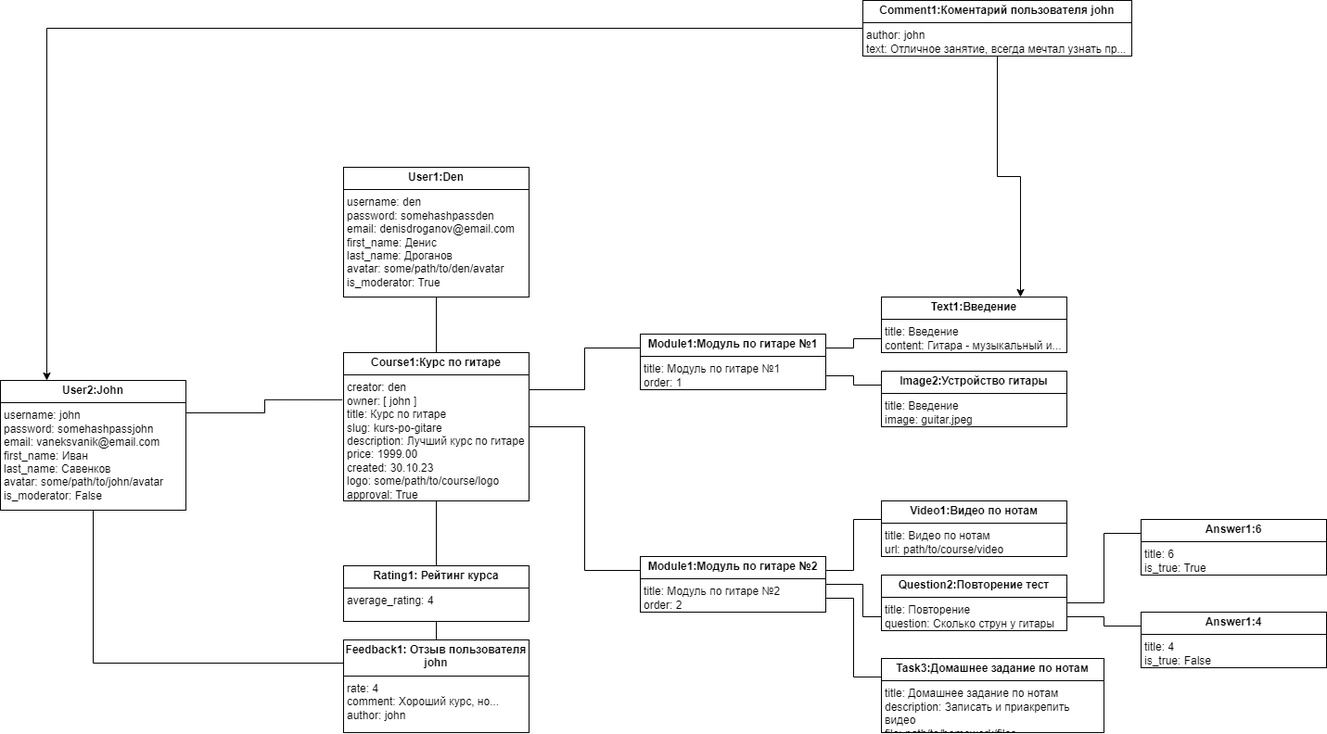
bosonhiiggs/Music-Trainee keeps this draw.io diagram as Диаграммы/ДиграммыТЗ-Objects.drawio.png. Above is the earlier version. Source tidied: cells renumbered, new cells last; positions are measured from the earlier drawing's top-left corner, leaving out a move shared by most shapes.
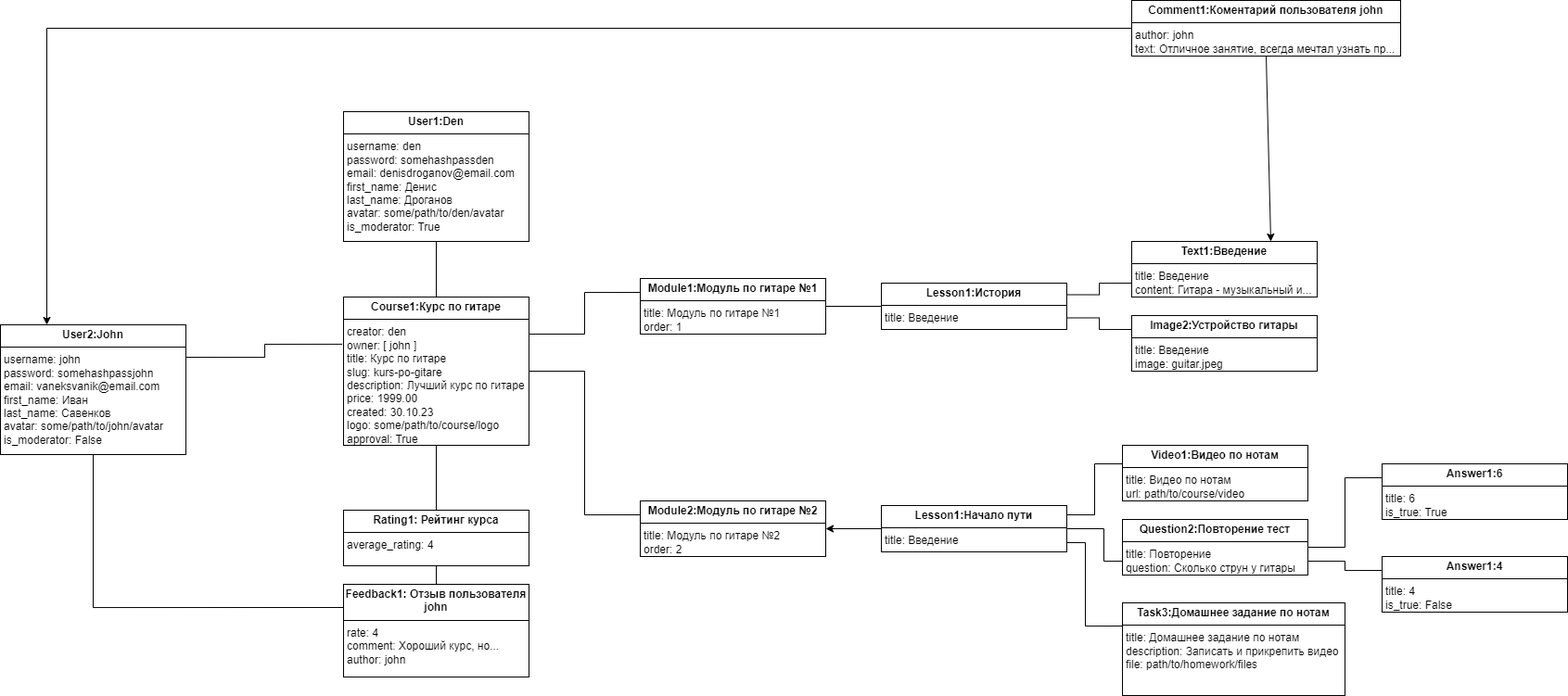
The same diagram one commit later.

Change to the diagram source:
```diff
@@ -26,43 +26,51 @@
     <mxCell id="9" style="edgeStyle=orthogonalEdgeStyle;rounded=0;jettySize=auto;html=1;exitX=0;exitY=0.25;exitDx=0;exitDy=0;entryX=1;entryY=0.5;entryDx=0;entryDy=0;endArrow=none;endFill=0;" parent="1" edge="1" source="10" target="6">
       <mxGeometry relative="1" as="geometry" />
     </mxCell>
-    <mxCell id="10" value="&lt;p style=&quot;margin:0px;margin-top:4px;text-align:center;&quot;&gt;&lt;b&gt;Module1:Модуль по гитаре №2&lt;/b&gt;&lt;/p&gt;&lt;hr size=&quot;1&quot; style=&quot;border-style:solid;&quot;&gt;&lt;p style=&quot;margin: 0px 0px 0px 4px;&quot;&gt;&lt;span style=&quot;background-color: initial;&quot;&gt;title: Модуль по гитаре №2&lt;/span&gt;&lt;br&gt;&lt;/p&gt;&lt;p style=&quot;margin: 0px 0px 0px 4px;&quot;&gt;order: 2&lt;/p&gt;&lt;p style=&quot;margin:0px;margin-left:4px;&quot;&gt;&lt;br&gt;&lt;/p&gt;" style="verticalAlign=top;align=left;overflow=fill;html=1;whiteSpace=wrap;" parent="1" vertex="1">
+    <mxCell id="10" value="&lt;p style=&quot;margin:0px;margin-top:4px;text-align:center;&quot;&gt;&lt;b&gt;Module2:Модуль по гитаре №2&lt;/b&gt;&lt;/p&gt;&lt;hr size=&quot;1&quot; style=&quot;border-style:solid;&quot;&gt;&lt;p style=&quot;margin: 0px 0px 0px 4px;&quot;&gt;&lt;span style=&quot;background-color: initial;&quot;&gt;title: Модуль по гитаре №2&lt;/span&gt;&lt;br&gt;&lt;/p&gt;&lt;p style=&quot;margin: 0px 0px 0px 4px;&quot;&gt;order: 2&lt;/p&gt;&lt;p style=&quot;margin:0px;margin-left:4px;&quot;&gt;&lt;br&gt;&lt;/p&gt;" style="verticalAlign=top;align=left;overflow=fill;html=1;whiteSpace=wrap;" parent="1" vertex="1">
       <mxGeometry x="690" y="600" width="200" height="60" as="geometry" />
     </mxCell>
-    <mxCell id="11" style="edgeStyle=orthogonalEdgeStyle;rounded=0;jettySize=auto;html=1;exitX=0;exitY=0.75;exitDx=0;exitDy=0;entryX=1;entryY=0.25;entryDx=0;entryDy=0;endArrow=none;endFill=0;" parent="1" edge="1" source="12" target="8">
+    <mxCell id="11" style="edgeStyle=orthogonalEdgeStyle;rounded=0;jettySize=auto;html=1;exitX=0;exitY=0.75;exitDx=0;exitDy=0;endArrow=none;endFill=0;entryX=1;entryY=0.25;entryDx=0;entryDy=0;" parent="1" edge="1" source="12" target="34">
       <mxGeometry relative="1" as="geometry" />
     </mxCell>
     <mxCell id="12" value="&lt;p style=&quot;margin:0px;margin-top:4px;text-align:center;&quot;&gt;&lt;b style=&quot;background-color: initial;&quot;&gt;Text1:Введение&lt;/b&gt;&lt;/p&gt;&lt;hr size=&quot;1&quot; style=&quot;border-style:solid;&quot;&gt;&lt;p style=&quot;margin: 0px 0px 0px 4px;&quot;&gt;&lt;span style=&quot;background-color: initial;&quot;&gt;title: Введение&lt;/span&gt;&lt;br&gt;&lt;/p&gt;&lt;p style=&quot;margin: 0px 0px 0px 4px;&quot;&gt;content: Гитара - музыкальный и...&lt;/p&gt;" style="verticalAlign=top;align=left;overflow=fill;html=1;whiteSpace=wrap;" parent="1" vertex="1">
-      <mxGeometry x="950" y="320" width="200" height="60" as="geometry" />
+      <mxGeometry x="1220" y="320" width="200" height="60" as="geometry" />
     </mxCell>
-    <mxCell id="13" style="edgeStyle=orthogonalEdgeStyle;rounded=0;jettySize=auto;html=1;exitX=0;exitY=0.25;exitDx=0;exitDy=0;entryX=1;entryY=0.75;entryDx=0;entryDy=0;endArrow=none;endFill=0;" parent="1" edge="1" source="21" target="8">
+    <mxCell id="13" style="edgeStyle=orthogonalEdgeStyle;rounded=0;jettySize=auto;html=1;exitX=0;exitY=0.25;exitDx=0;exitDy=0;endArrow=none;endFill=0;entryX=1;entryY=0.75;entryDx=0;entryDy=0;" parent="1" edge="1" source="21" target="34">
       <mxGeometry relative="1" as="geometry" />
     </mxCell>
-    <mxCell id="14" style="edgeStyle=orthogonalEdgeStyle;rounded=0;jettySize=auto;html=1;exitX=0;exitY=0.75;exitDx=0;exitDy=0;entryX=1;entryY=0.5;entryDx=0;entryDy=0;endArrow=none;endFill=0;" parent="1" edge="1" source="15" target="10">
+    <mxCell id="14" style="edgeStyle=orthogonalEdgeStyle;rounded=0;jettySize=auto;html=1;exitX=0;exitY=0.75;exitDx=0;exitDy=0;entryX=1;entryY=0.5;entryDx=0;entryDy=0;endArrow=none;endFill=0;" parent="1" edge="1" source="15">
       <mxGeometry relative="1" as="geometry">
+        <mxPoint x="1150" y="630" as="targetPoint" />
         <Array as="points">
-          <mxPoint x="930" y="665" />
-          <mxPoint x="930" y="630" />
+          <mxPoint x="1190" y="665" />
+          <mxPoint x="1190" y="630" />
         </Array>
       </mxGeometry>
     </mxCell>
     <mxCell id="15" value="&lt;p style=&quot;margin:0px;margin-top:4px;text-align:center;&quot;&gt;&lt;b style=&quot;background-color: initial;&quot;&gt;Question2:&lt;/b&gt;&lt;b&gt;Повторение тест&lt;/b&gt;&lt;br&gt;&lt;/p&gt;&lt;hr size=&quot;1&quot; style=&quot;border-style:solid;&quot;&gt;&lt;p style=&quot;margin: 0px 0px 0px 4px;&quot;&gt;&lt;span style=&quot;background-color: initial;&quot;&gt;title: Повторение&lt;/span&gt;&lt;/p&gt;&lt;p style=&quot;margin: 0px 0px 0px 4px;&quot;&gt;&lt;span style=&quot;background-color: initial;&quot;&gt;question: Сколько струн у гитары&lt;/span&gt;&lt;/p&gt;&lt;p style=&quot;margin:0px;margin-left:4px;&quot;&gt;&lt;br&gt;&lt;/p&gt;" style="verticalAlign=top;align=left;overflow=fill;html=1;whiteSpace=wrap;" parent="1" vertex="1">
-      <mxGeometry x="950" y="620" width="200" height="60" as="geometry" />
+      <mxGeometry x="1210" y="620" width="200" height="60" as="geometry" />
     </mxCell>
-    <mxCell id="16" style="edgeStyle=orthogonalEdgeStyle;rounded=0;jettySize=auto;html=1;exitX=0;exitY=0.25;exitDx=0;exitDy=0;entryX=1;entryY=0.25;entryDx=0;entryDy=0;endArrow=none;endFill=0;" parent="1" edge="1" source="22" target="10">
+    <mxCell id="16" style="edgeStyle=orthogonalEdgeStyle;rounded=0;jettySize=auto;html=1;exitX=0;exitY=0.25;exitDx=0;exitDy=0;entryX=1;entryY=0.25;entryDx=0;entryDy=0;endArrow=none;endFill=0;" parent="1" edge="1" source="22">
       <mxGeometry relative="1" as="geometry">
+        <mxPoint x="1150" y="615" as="targetPoint" />
         <Array as="points">
-          <mxPoint x="1000" y="560" />
-          <mxPoint x="920" y="560" />
-          <mxPoint x="920" y="615" />
+          <mxPoint x="1260" y="560" />
+          <mxPoint x="1180" y="560" />
+          <mxPoint x="1180" y="615" />
         </Array>
       </mxGeometry>
     </mxCell>
-    <mxCell id="17" style="edgeStyle=orthogonalEdgeStyle;rounded=0;jettySize=auto;html=1;exitX=0;exitY=0.25;exitDx=0;exitDy=0;entryX=1;entryY=0.75;entryDx=0;entryDy=0;endArrow=none;endFill=0;" parent="1" edge="1" source="18" target="10">
-      <mxGeometry relative="1" as="geometry" />
+    <mxCell id="17" style="edgeStyle=orthogonalEdgeStyle;rounded=0;jettySize=auto;html=1;exitX=0;exitY=0.25;exitDx=0;exitDy=0;entryX=1;entryY=0.75;entryDx=0;entryDy=0;endArrow=none;endFill=0;" parent="1" edge="1" source="18">
+      <mxGeometry relative="1" as="geometry">
+        <mxPoint x="1150" y="645" as="targetPoint" />
+        <Array as="points">
+          <mxPoint x="1170" y="735" />
+          <mxPoint x="1170" y="645" />
+        </Array>
+      </mxGeometry>
     </mxCell>
-    <mxCell id="18" value="&lt;p style=&quot;margin:0px;margin-top:4px;text-align:center;&quot;&gt;&lt;b&gt;Task3:Домашнее задание по нотам&lt;/b&gt;&lt;br&gt;&lt;/p&gt;&lt;hr size=&quot;1&quot; style=&quot;border-style:solid;&quot;&gt;&lt;p style=&quot;margin: 0px 0px 0px 4px;&quot;&gt;&lt;span style=&quot;background-color: initial;&quot;&gt;title: Домашнее задание по нотам&lt;/span&gt;&lt;br&gt;&lt;/p&gt;&lt;p style=&quot;margin: 0px 0px 0px 4px;&quot;&gt;&lt;span style=&quot;background-color: initial;&quot;&gt;description: Записать и приакрепить видео&lt;/span&gt;&lt;/p&gt;&lt;p style=&quot;margin: 0px 0px 0px 4px;&quot;&gt;file: path/to/homework/files&lt;/p&gt;&lt;p style=&quot;margin:0px;margin-left:4px;&quot;&gt;&lt;br&gt;&lt;/p&gt;" style="verticalAlign=top;align=left;overflow=fill;html=1;whiteSpace=wrap;" parent="1" vertex="1">
-      <mxGeometry x="950" y="710" width="240" height="80" as="geometry" />
+    <mxCell id="18" value="&lt;p style=&quot;margin:0px;margin-top:4px;text-align:center;&quot;&gt;&lt;b&gt;Task3:Домашнее задание по нотам&lt;/b&gt;&lt;br&gt;&lt;/p&gt;&lt;hr size=&quot;1&quot; style=&quot;border-style:solid;&quot;&gt;&lt;p style=&quot;margin: 0px 0px 0px 4px;&quot;&gt;&lt;span style=&quot;background-color: initial;&quot;&gt;title: Домашнее задание по нотам&lt;/span&gt;&lt;br&gt;&lt;/p&gt;&lt;p style=&quot;margin: 0px 0px 0px 4px;&quot;&gt;&lt;span style=&quot;background-color: initial;&quot;&gt;description: Записать и прикрепить видео&lt;/span&gt;&lt;/p&gt;&lt;p style=&quot;margin: 0px 0px 0px 4px;&quot;&gt;file: path/to/homework/files&lt;/p&gt;&lt;p style=&quot;margin:0px;margin-left:4px;&quot;&gt;&lt;br&gt;&lt;/p&gt;" style="verticalAlign=top;align=left;overflow=fill;html=1;whiteSpace=wrap;" parent="1" vertex="1">
+      <mxGeometry x="1210" y="710" width="240" height="100" as="geometry" />
     </mxCell>
     <mxCell id="19" style="edgeStyle=orthogonalEdgeStyle;rounded=0;jettySize=auto;html=1;exitX=0.5;exitY=0;exitDx=0;exitDy=0;endArrow=none;endFill=0;" parent="1" edge="1" source="20" target="6">
       <mxGeometry relative="1" as="geometry" />
@@ -71,22 +79,22 @@
       <mxGeometry x="370" y="610" width="200" height="60" as="geometry" />
     </mxCell>
     <mxCell id="21" value="&lt;p style=&quot;margin:0px;margin-top:4px;text-align:center;&quot;&gt;&lt;b style=&quot;background-color: initial;&quot;&gt;Image2:Устройство гитары&lt;/b&gt;&lt;br&gt;&lt;/p&gt;&lt;hr size=&quot;1&quot; style=&quot;border-style:solid;&quot;&gt;&lt;p style=&quot;margin: 0px 0px 0px 4px;&quot;&gt;&lt;span style=&quot;background-color: initial;&quot;&gt;title: Введение&lt;/span&gt;&lt;br&gt;&lt;/p&gt;&lt;p style=&quot;margin: 0px 0px 0px 4px;&quot;&gt;image: guitar.jpeg&lt;/p&gt;" style="verticalAlign=top;align=left;overflow=fill;html=1;whiteSpace=wrap;" parent="1" vertex="1">
-      <mxGeometry x="950" y="400" width="200" height="60" as="geometry" />
+      <mxGeometry x="1220" y="400" width="200" height="60" as="geometry" />
     </mxCell>
     <mxCell id="22" value="&lt;p style=&quot;margin: 4px 0px 0px; text-align: center;&quot;&gt;&lt;b style=&quot;background-color: initial;&quot;&gt;Video1:Видео по нотам&lt;/b&gt;&lt;/p&gt;&lt;hr size=&quot;1&quot; style=&quot;border-style:solid;&quot;&gt;&lt;p style=&quot;margin: 0px 0px 0px 4px;&quot;&gt;&lt;span style=&quot;background-color: initial;&quot;&gt;title: Видео по нотам&lt;/span&gt;&lt;/p&gt;&lt;p style=&quot;margin: 0px 0px 0px 4px;&quot;&gt;url: path/to/course/video&lt;/p&gt;&lt;p style=&quot;margin:0px;margin-left:4px;&quot;&gt;&lt;br&gt;&lt;/p&gt;" style="verticalAlign=top;align=left;overflow=fill;html=1;whiteSpace=wrap;" parent="1" vertex="1">
-      <mxGeometry x="950" y="540" width="200" height="60" as="geometry" />
+      <mxGeometry x="1210" y="540" width="200" height="60" as="geometry" />
     </mxCell>
     <mxCell id="23" style="edgeStyle=orthogonalEdgeStyle;rounded=0;jettySize=auto;html=1;exitX=0;exitY=0.25;exitDx=0;exitDy=0;entryX=1;entryY=0.5;entryDx=0;entryDy=0;endArrow=none;endFill=0;" parent="1" edge="1" source="24" target="15">
       <mxGeometry relative="1" as="geometry" />
     </mxCell>
     <mxCell id="24" value="&lt;p style=&quot;margin:0px;margin-top:4px;text-align:center;&quot;&gt;&lt;b style=&quot;background-color: initial;&quot;&gt;Answer1:6&lt;/b&gt;&lt;br&gt;&lt;/p&gt;&lt;hr size=&quot;1&quot; style=&quot;border-style:solid;&quot;&gt;&lt;p style=&quot;margin: 0px 0px 0px 4px;&quot;&gt;&lt;span style=&quot;background-color: initial;&quot;&gt;title: 6&lt;/span&gt;&lt;/p&gt;&lt;p style=&quot;margin: 0px 0px 0px 4px;&quot;&gt;is_true: True&lt;/p&gt;" style="verticalAlign=top;align=left;overflow=fill;html=1;whiteSpace=wrap;" parent="1" vertex="1">
-      <mxGeometry x="1230" y="560" width="200" height="60" as="geometry" />
+      <mxGeometry x="1490" y="560" width="200" height="60" as="geometry" />
     </mxCell>
     <mxCell id="25" style="edgeStyle=orthogonalEdgeStyle;rounded=0;jettySize=auto;html=1;exitX=0;exitY=0.25;exitDx=0;exitDy=0;entryX=1;entryY=0.75;entryDx=0;entryDy=0;endArrow=none;endFill=0;" parent="1" edge="1" source="26" target="15">
       <mxGeometry relative="1" as="geometry" />
     </mxCell>
     <mxCell id="26" value="&lt;p style=&quot;margin:0px;margin-top:4px;text-align:center;&quot;&gt;&lt;b style=&quot;background-color: initial;&quot;&gt;Answer1:4&lt;/b&gt;&lt;br&gt;&lt;/p&gt;&lt;hr size=&quot;1&quot; style=&quot;border-style:solid;&quot;&gt;&lt;p style=&quot;margin: 0px 0px 0px 4px;&quot;&gt;&lt;span style=&quot;background-color: initial;&quot;&gt;title: 4&lt;/span&gt;&lt;/p&gt;&lt;p style=&quot;margin: 0px 0px 0px 4px;&quot;&gt;is_true: False&lt;/p&gt;" style="verticalAlign=top;align=left;overflow=fill;html=1;whiteSpace=wrap;" parent="1" vertex="1">
-      <mxGeometry x="1230" y="660" width="200" height="60" as="geometry" />
+      <mxGeometry x="1490" y="660" width="200" height="60" as="geometry" />
     </mxCell>
     <mxCell id="27" style="edgeStyle=orthogonalEdgeStyle;rounded=0;jettySize=auto;html=1;exitX=0.5;exitY=0;exitDx=0;exitDy=0;entryX=0.5;entryY=1;entryDx=0;entryDy=0;endArrow=none;endFill=0;" parent="1" edge="1" source="29" target="20">
       <mxGeometry relative="1" as="geometry" />
@@ -97,14 +105,26 @@
     <mxCell id="29" value="&lt;p style=&quot;margin:0px;margin-top:4px;text-align:center;&quot;&gt;&lt;b&gt;Feedback1: Отзыв пользователя john&lt;/b&gt;&lt;br&gt;&lt;/p&gt;&lt;hr size=&quot;1&quot; style=&quot;border-style:solid;&quot;&gt;&lt;p style=&quot;margin: 0px 0px 0px 4px;&quot;&gt;rate: 4&lt;/p&gt;&lt;p style=&quot;margin: 0px 0px 0px 4px;&quot;&gt;comment: Хороший курс, но...&lt;/p&gt;&lt;p style=&quot;margin: 0px 0px 0px 4px;&quot;&gt;author: john&lt;/p&gt;" style="verticalAlign=top;align=left;overflow=fill;html=1;whiteSpace=wrap;" parent="1" vertex="1">
       <mxGeometry x="370" y="690" width="200" height="100" as="geometry" />
     </mxCell>
-    <mxCell id="30" style="edgeStyle=orthogonalEdgeStyle;rounded=0;jettySize=auto;html=1;exitX=0.5;exitY=1;exitDx=0;exitDy=0;entryX=0.75;entryY=0;entryDx=0;entryDy=0;" parent="1" edge="1" source="32" target="12">
+    <mxCell id="30" style="rounded=0;jettySize=auto;html=1;exitX=0.5;exitY=1;exitDx=0;exitDy=0;entryX=0.75;entryY=0;entryDx=0;entryDy=0;" parent="1" edge="1" source="32" target="12">
       <mxGeometry relative="1" as="geometry" />
     </mxCell>
     <mxCell id="31" style="edgeStyle=orthogonalEdgeStyle;rounded=0;jettySize=auto;html=1;exitX=0;exitY=0.5;exitDx=0;exitDy=0;entryX=0.25;entryY=0;entryDx=0;entryDy=0;" parent="1" edge="1" source="32" target="4">
       <mxGeometry relative="1" as="geometry" />
     </mxCell>
     <mxCell id="32" value="&lt;p style=&quot;margin:0px;margin-top:4px;text-align:center;&quot;&gt;&lt;b style=&quot;background-color: initial;&quot;&gt;Comment1:Коментарий пользователя john&lt;/b&gt;&lt;/p&gt;&lt;hr size=&quot;1&quot; style=&quot;border-style:solid;&quot;&gt;&lt;p style=&quot;margin: 0px 0px 0px 4px;&quot;&gt;author: john&lt;/p&gt;&lt;p style=&quot;margin: 0px 0px 0px 4px;&quot;&gt;text: Отличное занятие, всегда мечтал узнать пр...&lt;/p&gt;" style="verticalAlign=top;align=left;overflow=fill;html=1;whiteSpace=wrap;" parent="1" vertex="1">
-      <mxGeometry x="930" width="290" height="60" as="geometry" />
+      <mxGeometry x="1220" y="60" width="290" height="60" as="geometry" />
     </mxCell>
+    <mxCell id="33" style="edgeStyle=orthogonalEdgeStyle;rounded=0;jettySize=auto;html=1;endArrow=none;endFill=0;" parent="1" edge="1" source="34" target="8">
+      <mxGeometry relative="1" as="geometry" />
+    </mxCell>
+    <mxCell id="34" value="&lt;p style=&quot;margin:0px;margin-top:4px;text-align:center;&quot;&gt;&lt;b style=&quot;background-color: initial;&quot;&gt;Lesson1:История&lt;/b&gt;&lt;/p&gt;&lt;hr size=&quot;1&quot; style=&quot;border-style:solid;&quot;&gt;&lt;p style=&quot;margin: 0px 0px 0px 4px;&quot;&gt;&lt;span style=&quot;background-color: initial;&quot;&gt;title: Введение&lt;/span&gt;&lt;/p&gt;" style="verticalAlign=top;align=left;overflow=fill;html=1;whiteSpace=wrap;" parent="1" vertex="1">
+      <mxGeometry x="950" y="365" width="200" height="50" as="geometry" />
+    </mxCell>
+    <mxCell id="35" style="edgeStyle=orthogonalEdgeStyle;rounded=0;jettySize=auto;html=1;" parent="1" edge="1" source="36" target="10">
+      <mxGeometry relative="1" as="geometry" />
+    </mxCell>
+    <mxCell id="36" value="&lt;p style=&quot;margin:0px;margin-top:4px;text-align:center;&quot;&gt;&lt;b style=&quot;background-color: initial;&quot;&gt;Lesson1:Начало пути&lt;/b&gt;&lt;/p&gt;&lt;hr size=&quot;1&quot; style=&quot;border-style:solid;&quot;&gt;&lt;p style=&quot;margin: 0px 0px 0px 4px;&quot;&gt;&lt;span style=&quot;background-color: initial;&quot;&gt;title: Введение&lt;/span&gt;&lt;/p&gt;" style="verticalAlign=top;align=left;overflow=fill;html=1;whiteSpace=wrap;" parent="1" vertex="1">
+      <mxGeometry x="950" y="605" width="200" height="50" as="geometry" />
+    </mxCell>
   </root>
 </mxGraphModel>
```
